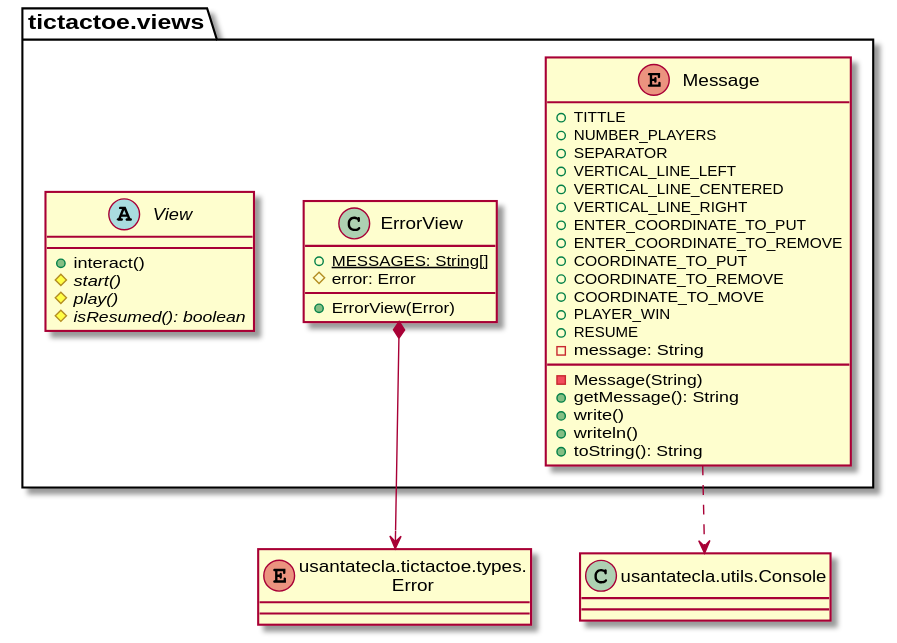
Jolucaa/USantaTecla-project-ticTacToe keeps this PlantUML diagram as modelViewPresenter/presentationModel/withFacade/docs/diagrams/out/paquetes/paqueteTicTactoeViews.svg. Above is the earlier version.
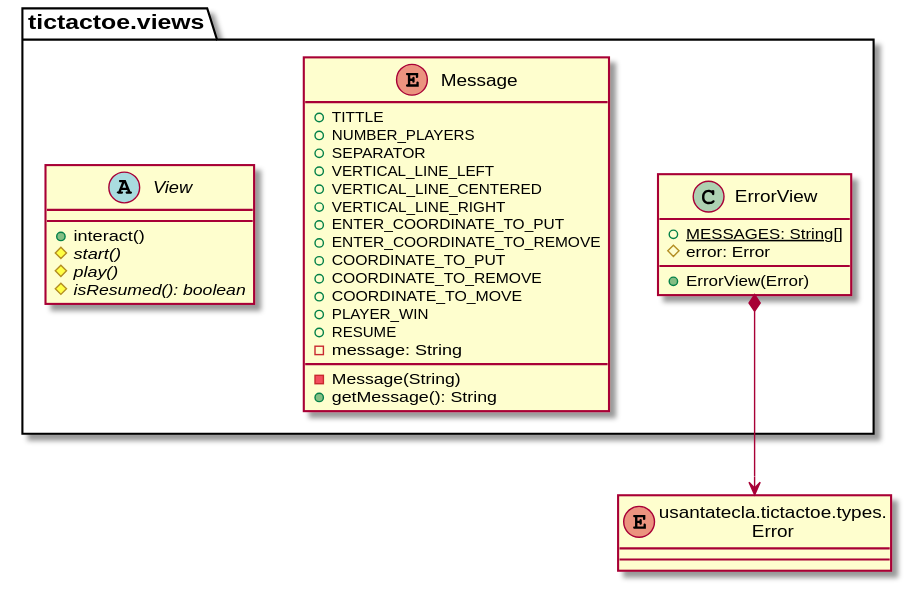
Later version of the same file.

Diff of the diagram source:
```diff
@@ -1,6 +1,5 @@
 @startuml
 enum Error as "usantatecla.tictactoe.types.\nError" {}
-class Console as "usantatecla.utils.Console" {}
 
 class tictactoe.views.ErrorView{
   + {static} MESSAGES: String[]
@@ -26,12 +25,7 @@
   - message: String
   - Message(String)
   + getMessage(): String
-  + write()
-  + writeln()
-  + toString(): String
 }
-
-tictactoe.views.Message .down.> Console
 
 abstract class tictactoe.views.View {
   + interact()
```
